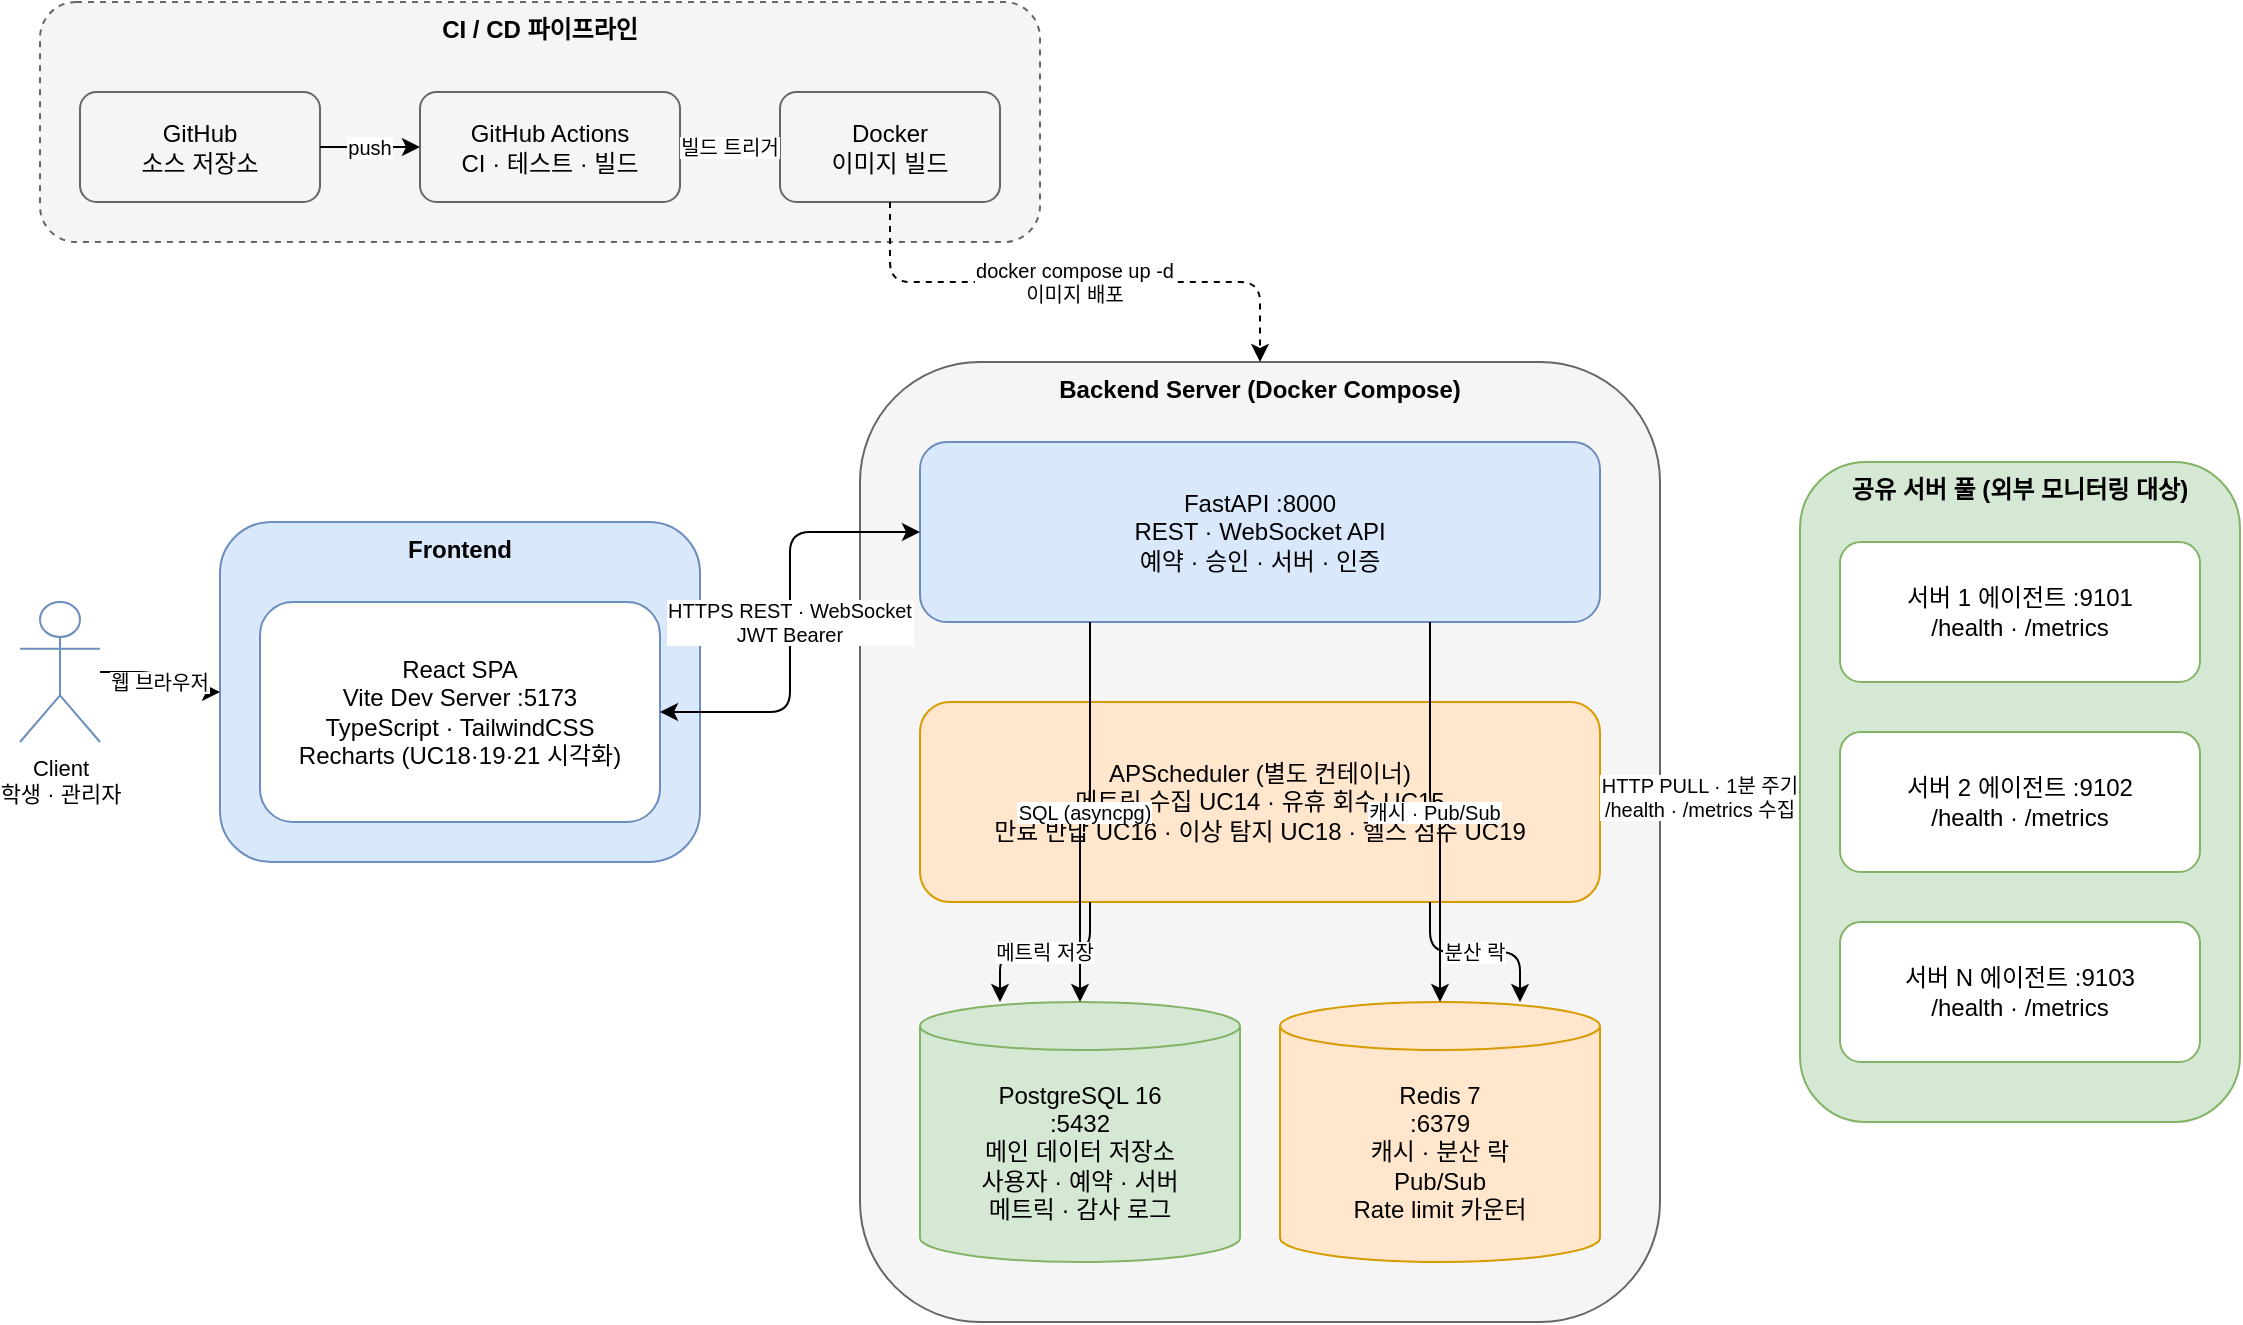
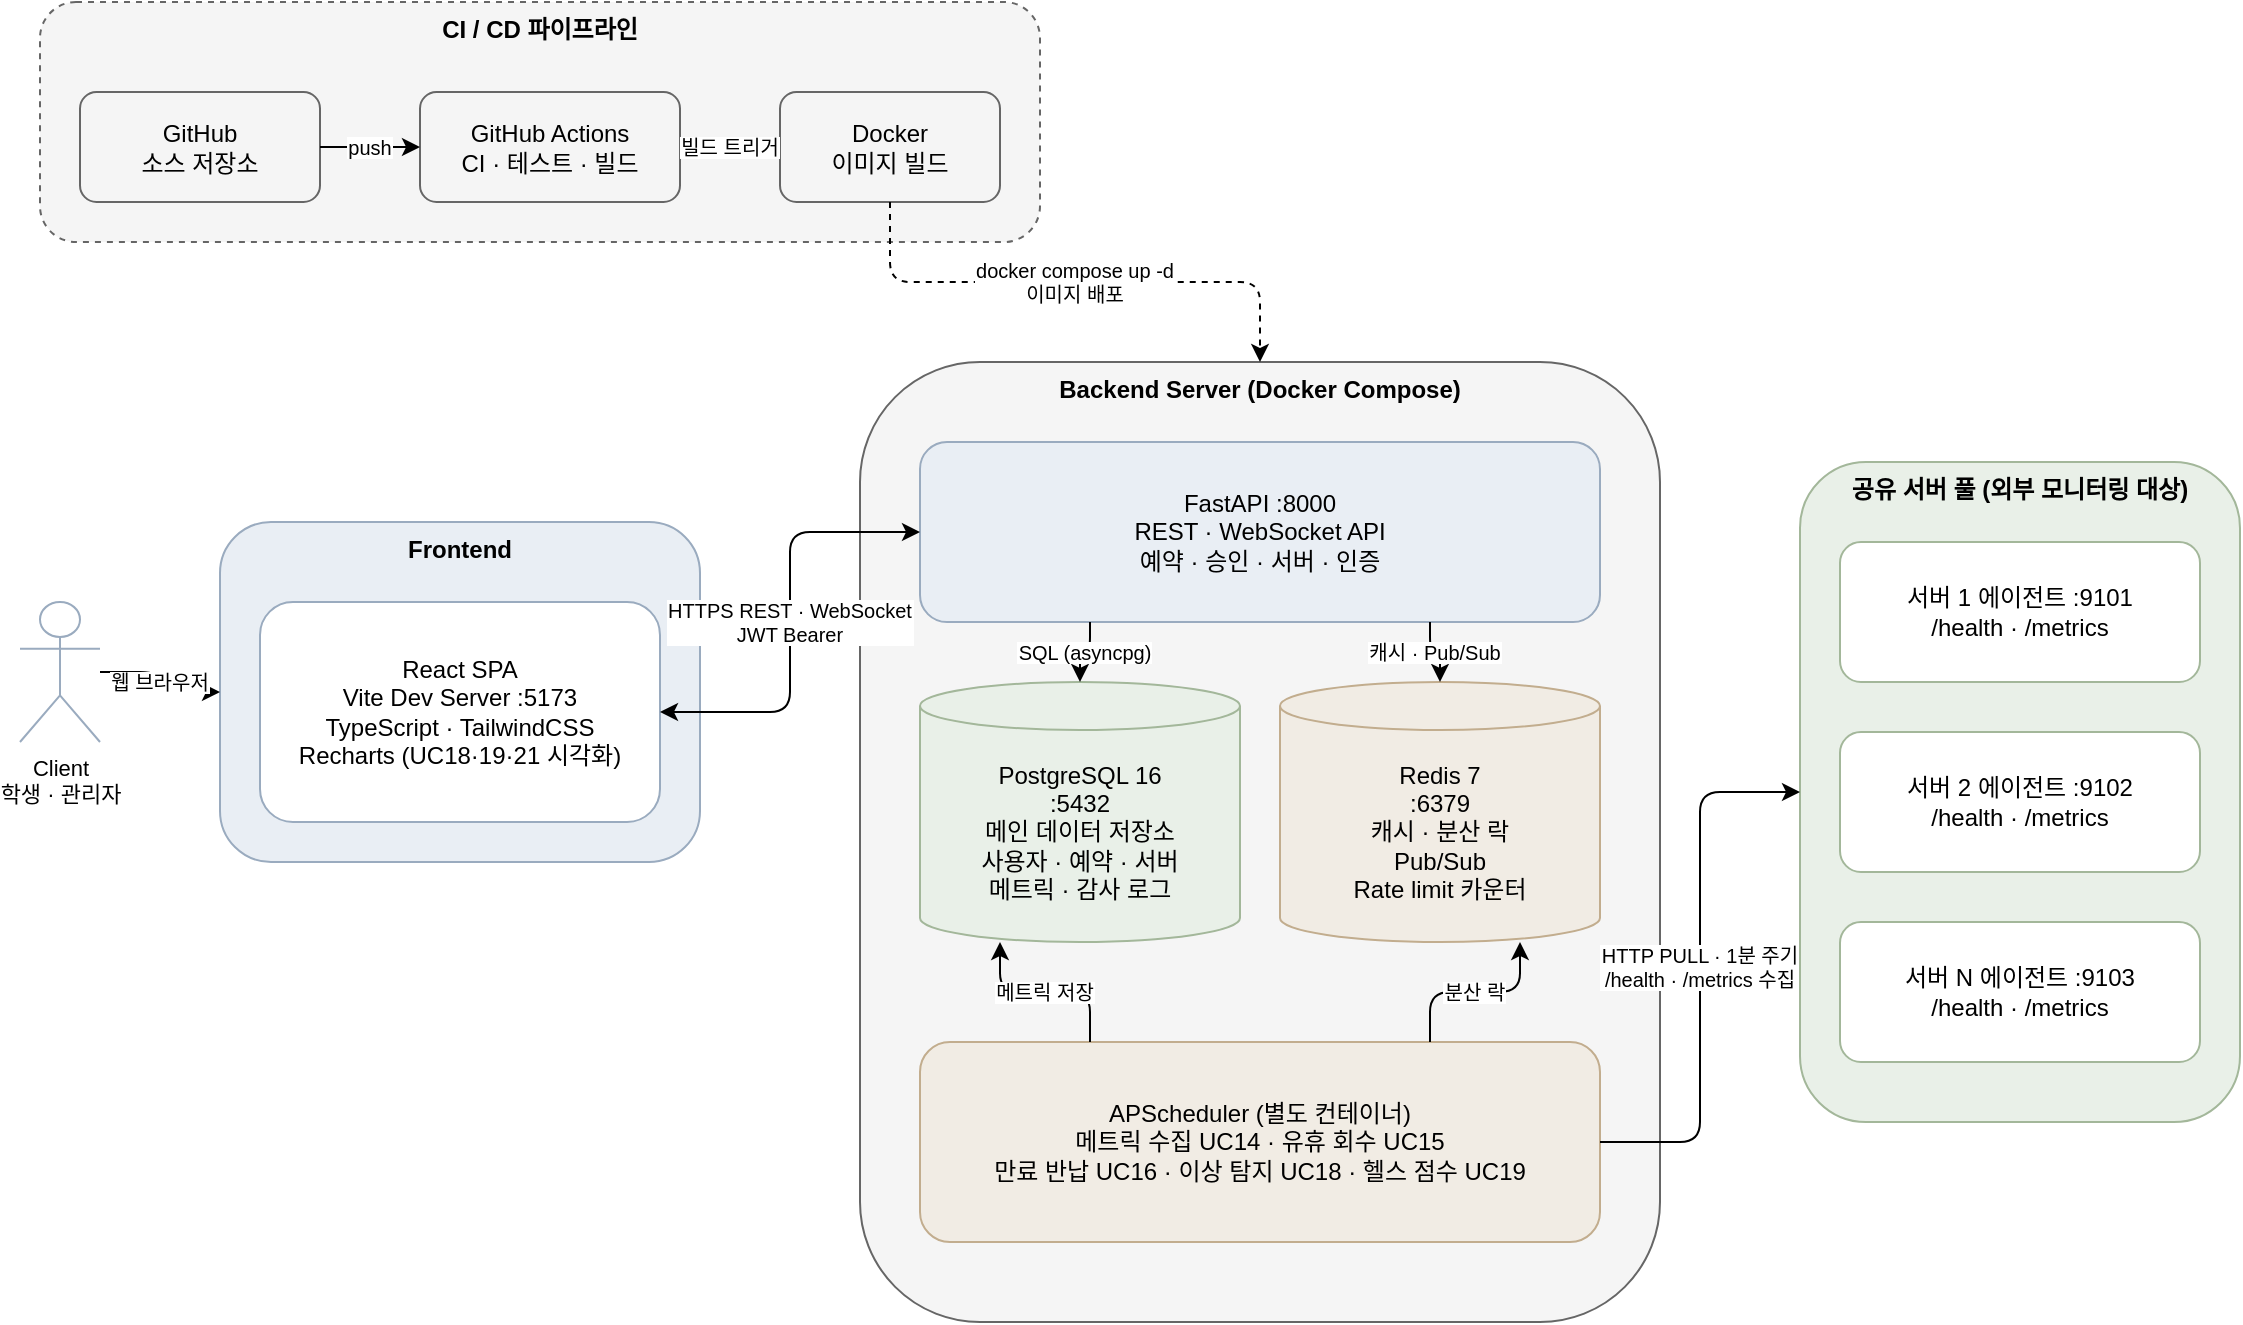
<mxfile host="app.diagrams.net">
  <diagram id="arch" name="Architecture">
    <mxGraphModel dx="800" dy="600" grid="1" gridSize="10" page="1" pageWidth="1169" pageHeight="826">
      <root>
        <mxCell id="0" />
        <mxCell id="1" parent="0" />

        <!-- ===== CI/CD 파이프라인 (좌상단) ===== -->
        <mxCell id="cicd" value="CI / CD 파이프라인" style="rounded=1;verticalAlign=top;fontStyle=1;fontSize=12;fillColor=#f5f5f5;strokeColor=#666666;dashed=1;" vertex="1" parent="1">
          <mxGeometry x="40" y="30" width="500" height="120" as="geometry" />
        </mxCell>
        <mxCell id="gh" value="GitHub&#10;소스 저장소" style="rounded=1;whiteSpace=wrap;fillColor=#f5f5f5;strokeColor=#666666;" vertex="1" parent="cicd">
          <mxGeometry x="20" y="45" width="120" height="55" as="geometry" />
        </mxCell>
        <mxCell id="gha" value="GitHub Actions&#10;CI · 테스트 · 빌드" style="rounded=1;whiteSpace=wrap;fillColor=#f5f5f5;strokeColor=#666666;" vertex="1" parent="cicd">
          <mxGeometry x="190" y="45" width="130" height="55" as="geometry" />
        </mxCell>
        <mxCell id="docker" value="Docker&#10;이미지 빌드" style="rounded=1;whiteSpace=wrap;fillColor=#f5f5f5;strokeColor=#666666;" vertex="1" parent="cicd">
          <mxGeometry x="370" y="45" width="110" height="55" as="geometry" />
        </mxCell>
-         <mxCell id="e-gh-gha" value="push" style="edgeStyle=orthogonalEdgeStyle;rounded=1;fontSize=10;" edge="1" parent="cicd" source="gh" target="gha">
+         <mxCell id="e-gh-gha" value="push" style="edgeStyle=orthogonalEdgeStyle;rounded=1;fontSize=10;labelBackgroundColor=#ffffff;" edge="1" parent="cicd" source="gh" target="gha">
          <mxGeometry relative="1" as="geometry" />
        </mxCell>
-         <mxCell id="e-gha-docker" value="빌드 트리거" style="edgeStyle=orthogonalEdgeStyle;rounded=1;fontSize=10;" edge="1" parent="cicd" source="gha" target="docker">
+         <mxCell id="e-gha-docker" value="빌드 트리거" style="edgeStyle=orthogonalEdgeStyle;rounded=1;fontSize=10;labelBackgroundColor=#ffffff;" edge="1" parent="cicd" source="gha" target="docker">
          <mxGeometry relative="1" as="geometry" />
        </mxCell>

        <!-- ===== Client ===== -->
-         <mxCell id="client" value="Client&#10;학생 · 관리자" style="shape=umlActor;verticalLabelPosition=bottom;verticalAlign=top;html=1;strokeColor=#6c8ebf;fontSize=11;" vertex="1" parent="1">
+         <mxCell id="client" value="Client&#10;학생 · 관리자" style="shape=umlActor;verticalLabelPosition=bottom;verticalAlign=top;html=1;strokeColor=#9aabbf;fontSize=11;" vertex="1" parent="1">
          <mxGeometry x="30" y="330" width="40" height="70" as="geometry" />
        </mxCell>

        <!-- ===== Frontend ===== -->
-         <mxCell id="fe" value="Frontend" style="rounded=1;verticalAlign=top;fontStyle=1;fontSize=12;fillColor=#dae8fc;strokeColor=#6c8ebf;" vertex="1" parent="1">
+         <mxCell id="fe" value="Frontend" style="rounded=1;verticalAlign=top;fontStyle=1;fontSize=12;fillColor=#e9eef4;strokeColor=#9aabbf;" vertex="1" parent="1">
          <mxGeometry x="130" y="290" width="240" height="170" as="geometry" />
        </mxCell>
-         <mxCell id="react" value="React SPA&#10;Vite Dev Server :5173&#10;TypeScript · TailwindCSS&#10;Recharts (UC18·19·21 시각화)" style="rounded=1;whiteSpace=wrap;fillColor=#ffffff;strokeColor=#6c8ebf;" vertex="1" parent="fe">
+         <mxCell id="react" value="React SPA&#10;Vite Dev Server :5173&#10;TypeScript · TailwindCSS&#10;Recharts (UC18·19·21 시각화)" style="rounded=1;whiteSpace=wrap;fillColor=#ffffff;strokeColor=#9aabbf;" vertex="1" parent="fe">
          <mxGeometry x="20" y="40" width="200" height="110" as="geometry" />
        </mxCell>

        <!-- ===== Backend Server 컨테이너 그룹 ===== -->
        <mxCell id="be" value="Backend Server (Docker Compose)" style="rounded=1;verticalAlign=top;fontStyle=1;fontSize=12;fillColor=#f5f5f5;strokeColor=#666666;" vertex="1" parent="1">
          <mxGeometry x="450" y="210" width="400" height="480" as="geometry" />
        </mxCell>
-         <mxCell id="fastapi" value="FastAPI :8000&#10;REST · WebSocket API&#10;예약 · 승인 · 서버 · 인증" style="rounded=1;whiteSpace=wrap;fillColor=#dae8fc;strokeColor=#6c8ebf;" vertex="1" parent="be">
+         <mxCell id="fastapi" value="FastAPI :8000&#10;REST · WebSocket API&#10;예약 · 승인 · 서버 · 인증" style="rounded=1;whiteSpace=wrap;fillColor=#e9eef4;strokeColor=#9aabbf;" vertex="1" parent="be">
          <mxGeometry x="30" y="40" width="340" height="90" as="geometry" />
        </mxCell>
-         <mxCell id="sched" value="APScheduler (별도 컨테이너)&#10;메트릭 수집 UC14 · 유휴 회수 UC15&#10;만료 반납 UC16 · 이상 탐지 UC18 · 헬스 점수 UC19" style="rounded=1;whiteSpace=wrap;fillColor=#ffe6cc;strokeColor=#d79b00;" vertex="1" parent="be">
-           <mxGeometry x="30" y="170" width="340" height="100" as="geometry" />
+         <mxCell id="pg" value="PostgreSQL 16&#10;:5432&#10;메인 데이터 저장소&#10;사용자 · 예약 · 서버&#10;메트릭 · 감사 로그" style="shape=cylinder3;whiteSpace=wrap;boundedLbl=1;size=12;fillColor=#e9f0e8;strokeColor=#a3b79a;" vertex="1" parent="be">
+           <mxGeometry x="30" y="160" width="160" height="130" as="geometry" />
        </mxCell>
-         <mxCell id="pg" value="PostgreSQL 16&#10;:5432&#10;메인 데이터 저장소&#10;사용자 · 예약 · 서버&#10;메트릭 · 감사 로그" style="shape=cylinder3;whiteSpace=wrap;boundedLbl=1;size=12;fillColor=#d5e8d4;strokeColor=#82b366;" vertex="1" parent="be">
-           <mxGeometry x="30" y="320" width="160" height="130" as="geometry" />
+         <mxCell id="redis" value="Redis 7&#10;:6379&#10;캐시 · 분산 락&#10;Pub/Sub&#10;Rate limit 카운터" style="shape=cylinder3;whiteSpace=wrap;boundedLbl=1;size=12;fillColor=#f1ece4;strokeColor=#c2ad8e;" vertex="1" parent="be">
+           <mxGeometry x="210" y="160" width="160" height="130" as="geometry" />
        </mxCell>
-         <mxCell id="redis" value="Redis 7&#10;:6379&#10;캐시 · 분산 락&#10;Pub/Sub&#10;Rate limit 카운터" style="shape=cylinder3;whiteSpace=wrap;boundedLbl=1;size=12;fillColor=#ffe6cc;strokeColor=#d79b00;" vertex="1" parent="be">
-           <mxGeometry x="210" y="320" width="160" height="130" as="geometry" />
+         <mxCell id="sched" value="APScheduler (별도 컨테이너)&#10;메트릭 수집 UC14 · 유휴 회수 UC15&#10;만료 반납 UC16 · 이상 탐지 UC18 · 헬스 점수 UC19" style="rounded=1;whiteSpace=wrap;fillColor=#f1ece4;strokeColor=#c2ad8e;" vertex="1" parent="be">
+           <mxGeometry x="30" y="340" width="340" height="100" as="geometry" />
        </mxCell>

        <!-- Backend 내부 간선 -->
-         <mxCell id="e-api-pg" value="SQL (asyncpg)" style="edgeStyle=orthogonalEdgeStyle;rounded=1;fontSize=10;exitX=0.25;exitY=1;exitDx=0;exitDy=0;entryX=0.5;entryY=0;entryDx=0;entryDy=0;" edge="1" parent="be" source="fastapi" target="pg">
+         <mxCell id="e-api-pg" value="SQL (asyncpg)" style="edgeStyle=orthogonalEdgeStyle;rounded=1;fontSize=10;labelBackgroundColor=#ffffff;exitX=0.25;exitY=1;exitDx=0;exitDy=0;entryX=0.5;entryY=0;entryDx=0;entryDy=0;" edge="1" parent="be" source="fastapi" target="pg">
          <mxGeometry relative="1" as="geometry" />
        </mxCell>
-         <mxCell id="e-api-redis" value="캐시 · Pub/Sub" style="edgeStyle=orthogonalEdgeStyle;rounded=1;fontSize=10;exitX=0.75;exitY=1;exitDx=0;exitDy=0;entryX=0.5;entryY=0;entryDx=0;entryDy=0;" edge="1" parent="be" source="fastapi" target="redis">
+         <mxCell id="e-api-redis" value="캐시 · Pub/Sub" style="edgeStyle=orthogonalEdgeStyle;rounded=1;fontSize=10;labelBackgroundColor=#ffffff;exitX=0.75;exitY=1;exitDx=0;exitDy=0;entryX=0.5;entryY=0;entryDx=0;entryDy=0;" edge="1" parent="be" source="fastapi" target="redis">
          <mxGeometry relative="1" as="geometry" />
        </mxCell>
-         <mxCell id="e-sched-pg" value="메트릭 저장" style="edgeStyle=orthogonalEdgeStyle;rounded=1;fontSize=10;exitX=0.25;exitY=1;exitDx=0;exitDy=0;entryX=0.25;entryY=0;entryDx=0;entryDy=0;" edge="1" parent="be" source="sched" target="pg">
+         <mxCell id="e-sched-pg" value="메트릭 저장" style="edgeStyle=orthogonalEdgeStyle;rounded=1;fontSize=10;labelBackgroundColor=#ffffff;exitX=0.25;exitY=0;exitDx=0;exitDy=0;entryX=0.25;entryY=1;entryDx=0;entryDy=0;" edge="1" parent="be" source="sched" target="pg">
          <mxGeometry relative="1" as="geometry" />
        </mxCell>
-         <mxCell id="e-sched-redis" value="분산 락" style="edgeStyle=orthogonalEdgeStyle;rounded=1;fontSize=10;exitX=0.75;exitY=1;exitDx=0;exitDy=0;entryX=0.75;entryY=0;entryDx=0;entryDy=0;" edge="1" parent="be" source="sched" target="redis">
+         <mxCell id="e-sched-redis" value="분산 락" style="edgeStyle=orthogonalEdgeStyle;rounded=1;fontSize=10;labelBackgroundColor=#ffffff;exitX=0.75;exitY=0;exitDx=0;exitDy=0;entryX=0.75;entryY=1;entryDx=0;entryDy=0;" edge="1" parent="be" source="sched" target="redis">
          <mxGeometry relative="1" as="geometry" />
        </mxCell>

        <!-- ===== 외부 서버 풀 ===== -->
-         <mxCell id="pool" value="공유 서버 풀 (외부 모니터링 대상)" style="rounded=1;verticalAlign=top;fontStyle=1;fontSize=12;fillColor=#d5e8d4;strokeColor=#82b366;" vertex="1" parent="1">
+         <mxCell id="pool" value="공유 서버 풀 (외부 모니터링 대상)" style="rounded=1;verticalAlign=top;fontStyle=1;fontSize=12;fillColor=#e9f0e8;strokeColor=#a3b79a;" vertex="1" parent="1">
          <mxGeometry x="920" y="260" width="220" height="330" as="geometry" />
        </mxCell>
-         <mxCell id="srv1" value="서버 1 에이전트 :9101&#10;/health · /metrics" style="rounded=1;whiteSpace=wrap;fillColor=#ffffff;strokeColor=#82b366;" vertex="1" parent="pool">
+         <mxCell id="srv1" value="서버 1 에이전트 :9101&#10;/health · /metrics" style="rounded=1;whiteSpace=wrap;fillColor=#ffffff;strokeColor=#a3b79a;" vertex="1" parent="pool">
          <mxGeometry x="20" y="40" width="180" height="70" as="geometry" />
        </mxCell>
-         <mxCell id="srv2" value="서버 2 에이전트 :9102&#10;/health · /metrics" style="rounded=1;whiteSpace=wrap;fillColor=#ffffff;strokeColor=#82b366;" vertex="1" parent="pool">
+         <mxCell id="srv2" value="서버 2 에이전트 :9102&#10;/health · /metrics" style="rounded=1;whiteSpace=wrap;fillColor=#ffffff;strokeColor=#a3b79a;" vertex="1" parent="pool">
          <mxGeometry x="20" y="135" width="180" height="70" as="geometry" />
        </mxCell>
-         <mxCell id="srv3" value="서버 N 에이전트 :9103&#10;/health · /metrics" style="rounded=1;whiteSpace=wrap;fillColor=#ffffff;strokeColor=#82b366;" vertex="1" parent="pool">
+         <mxCell id="srv3" value="서버 N 에이전트 :9103&#10;/health · /metrics" style="rounded=1;whiteSpace=wrap;fillColor=#ffffff;strokeColor=#a3b79a;" vertex="1" parent="pool">
          <mxGeometry x="20" y="230" width="180" height="70" as="geometry" />
        </mxCell>

        <!-- ===== 그룹 간 간선 ===== -->
-         <mxCell id="e-client-fe" value="웹 브라우저" style="edgeStyle=orthogonalEdgeStyle;rounded=1;fontSize=10;" edge="1" parent="1" source="client" target="fe">
+         <mxCell id="e-client-fe" value="웹 브라우저" style="edgeStyle=orthogonalEdgeStyle;rounded=1;fontSize=10;labelBackgroundColor=#ffffff;" edge="1" parent="1" source="client" target="fe">
          <mxGeometry relative="1" as="geometry" />
        </mxCell>
-         <mxCell id="e-fe-api" value="HTTPS REST · WebSocket&#10;JWT Bearer" style="edgeStyle=orthogonalEdgeStyle;rounded=1;fontSize=10;startArrow=classic;startFill=1;" edge="1" parent="1" source="react" target="fastapi">
+         <mxCell id="e-fe-api" value="HTTPS REST · WebSocket&#10;JWT Bearer" style="edgeStyle=orthogonalEdgeStyle;rounded=1;fontSize=10;labelBackgroundColor=#ffffff;startArrow=classic;startFill=1;" edge="1" parent="1" source="react" target="fastapi">
          <mxGeometry relative="1" as="geometry" />
        </mxCell>
-         <mxCell id="e-sched-pool" value="HTTP PULL · 1분 주기&#10;/health · /metrics 수집" style="edgeStyle=orthogonalEdgeStyle;rounded=1;fontSize=10;exitX=1;exitY=0.5;exitDx=0;exitDy=0;entryX=0;entryY=0.5;entryDx=0;entryDy=0;" edge="1" parent="1" source="sched" target="pool">
+         <mxCell id="e-sched-pool" value="HTTP PULL · 1분 주기&#10;/health · /metrics 수집" style="edgeStyle=orthogonalEdgeStyle;rounded=1;fontSize=10;labelBackgroundColor=#ffffff;exitX=1;exitY=0.5;exitDx=0;exitDy=0;entryX=0;entryY=0.5;entryDx=0;entryDy=0;" edge="1" parent="1" source="sched" target="pool">
          <mxGeometry relative="1" as="geometry" />
        </mxCell>
-         <mxCell id="e-docker-be" value="docker compose up -d&#10;이미지 배포" style="edgeStyle=orthogonalEdgeStyle;rounded=1;fontSize=10;dashed=1;exitX=0.5;exitY=1;exitDx=0;exitDy=0;entryX=0.5;entryY=0;entryDx=0;entryDy=0;" edge="1" parent="1" source="docker" target="be">
+         <mxCell id="e-docker-be" value="docker compose up -d&#10;이미지 배포" style="edgeStyle=orthogonalEdgeStyle;rounded=1;fontSize=10;labelBackgroundColor=#ffffff;dashed=1;exitX=0.5;exitY=1;exitDx=0;exitDy=0;entryX=0.5;entryY=0;entryDx=0;entryDy=0;" edge="1" parent="1" source="docker" target="be">
          <mxGeometry relative="1" as="geometry" />
        </mxCell>

      </root>
    </mxGraphModel>
  </diagram>
</mxfile>
